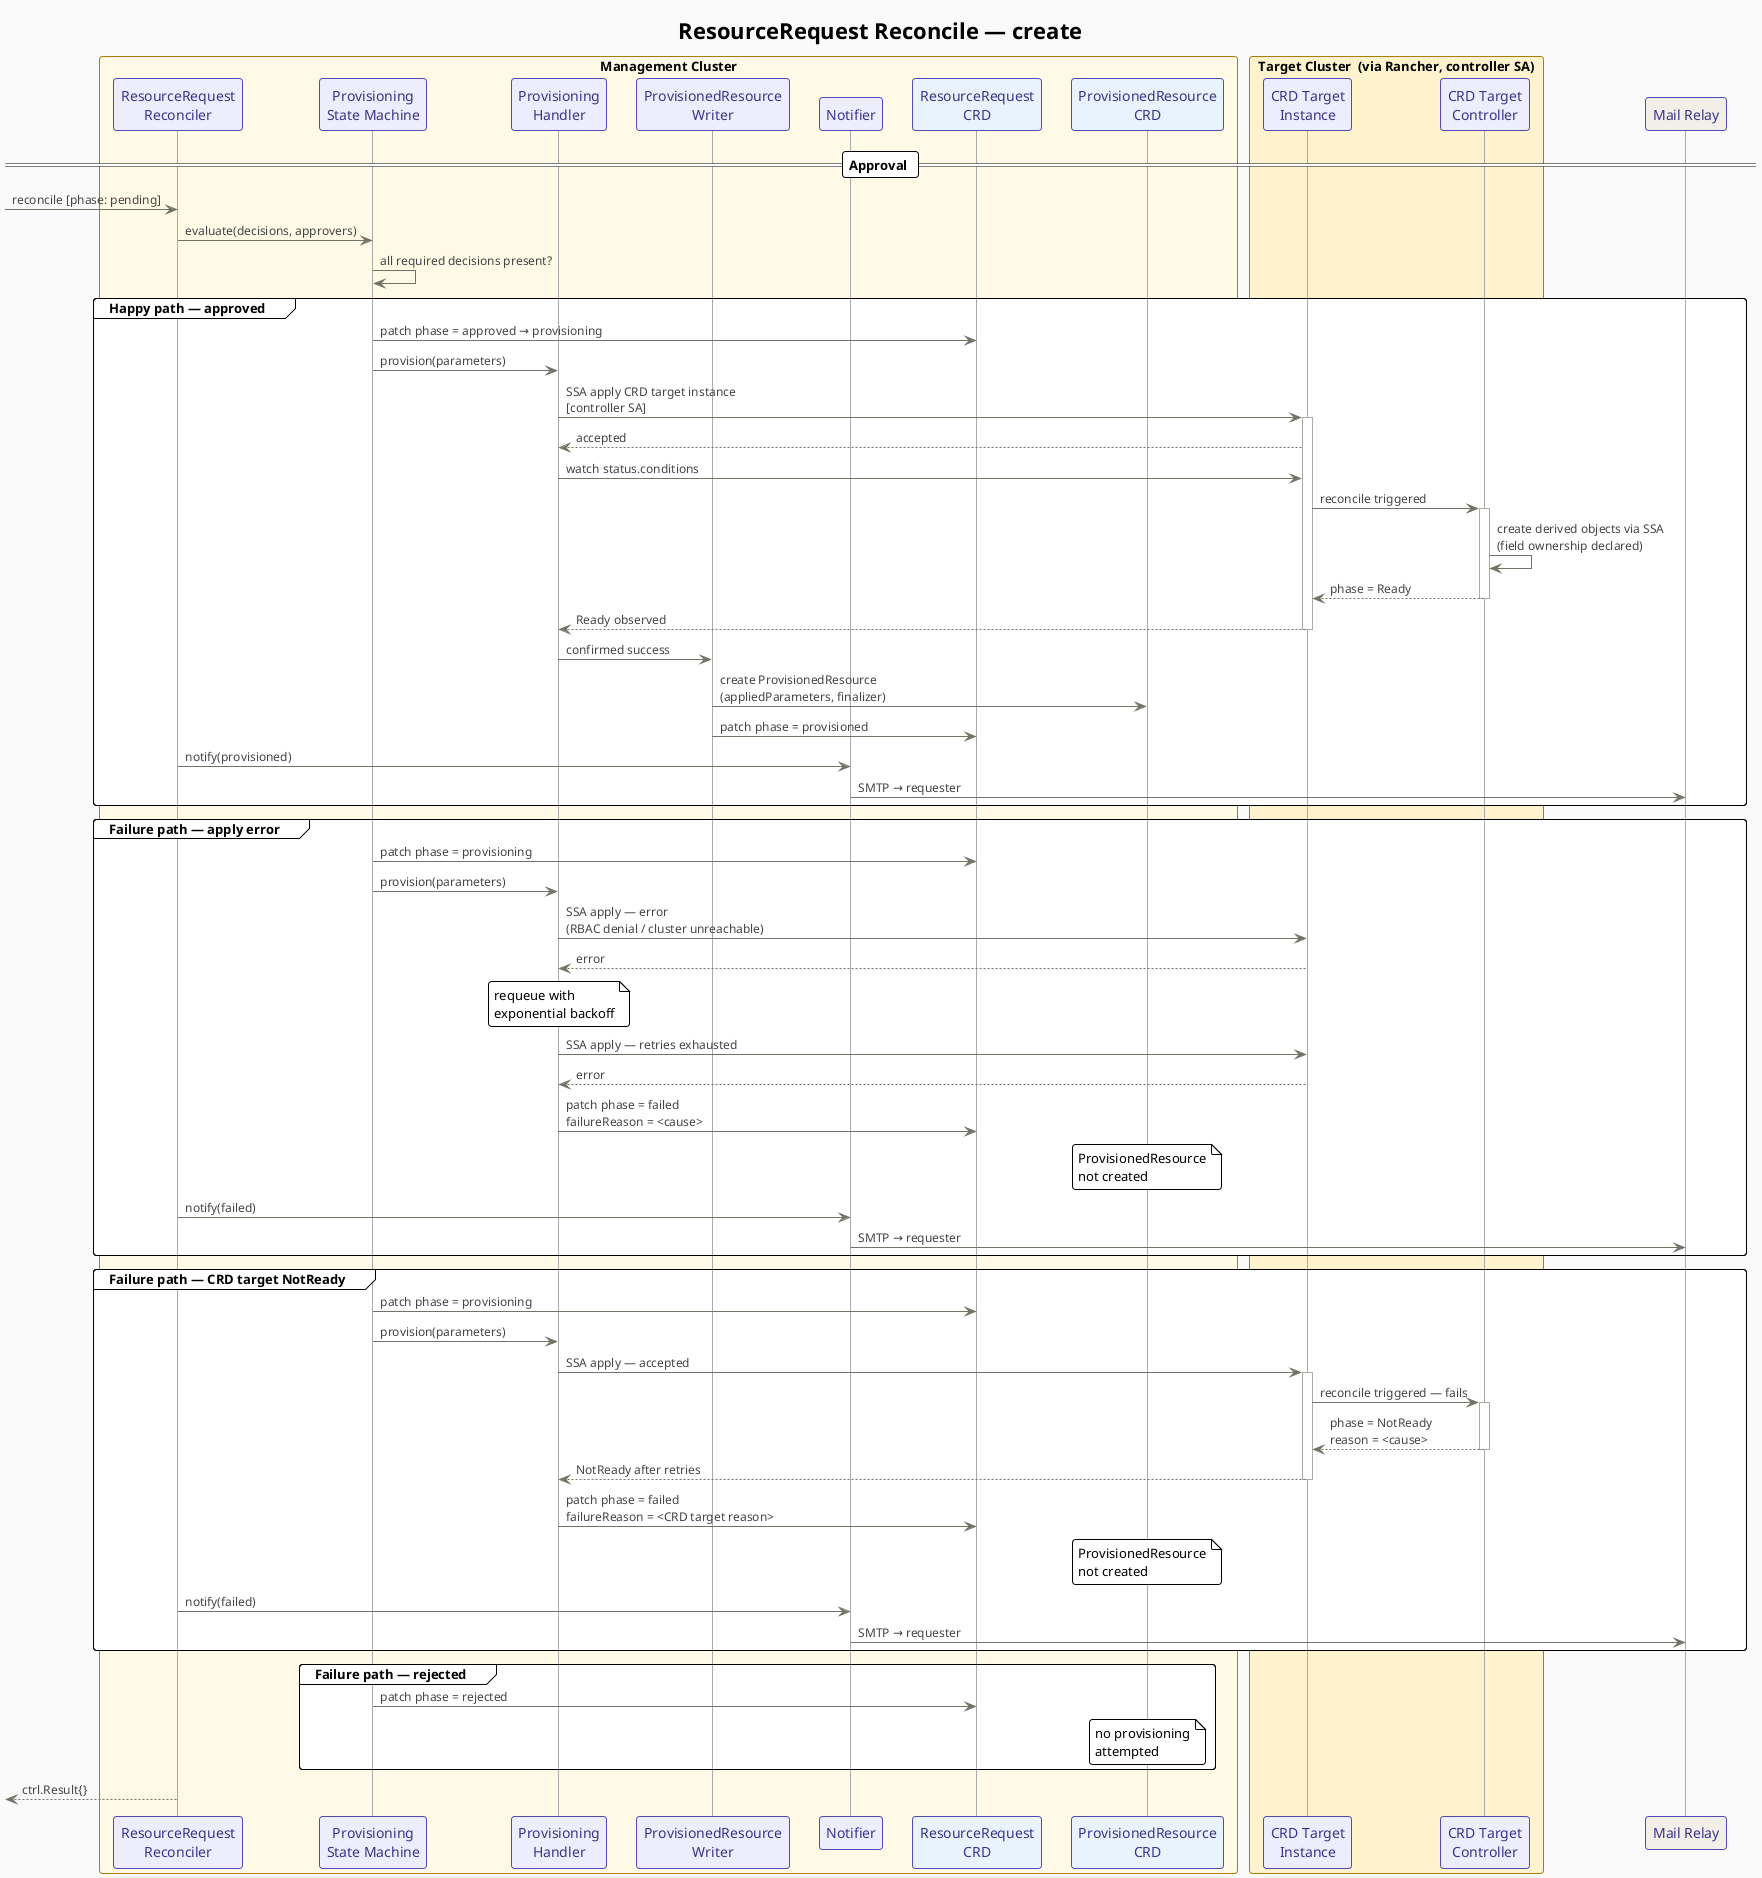
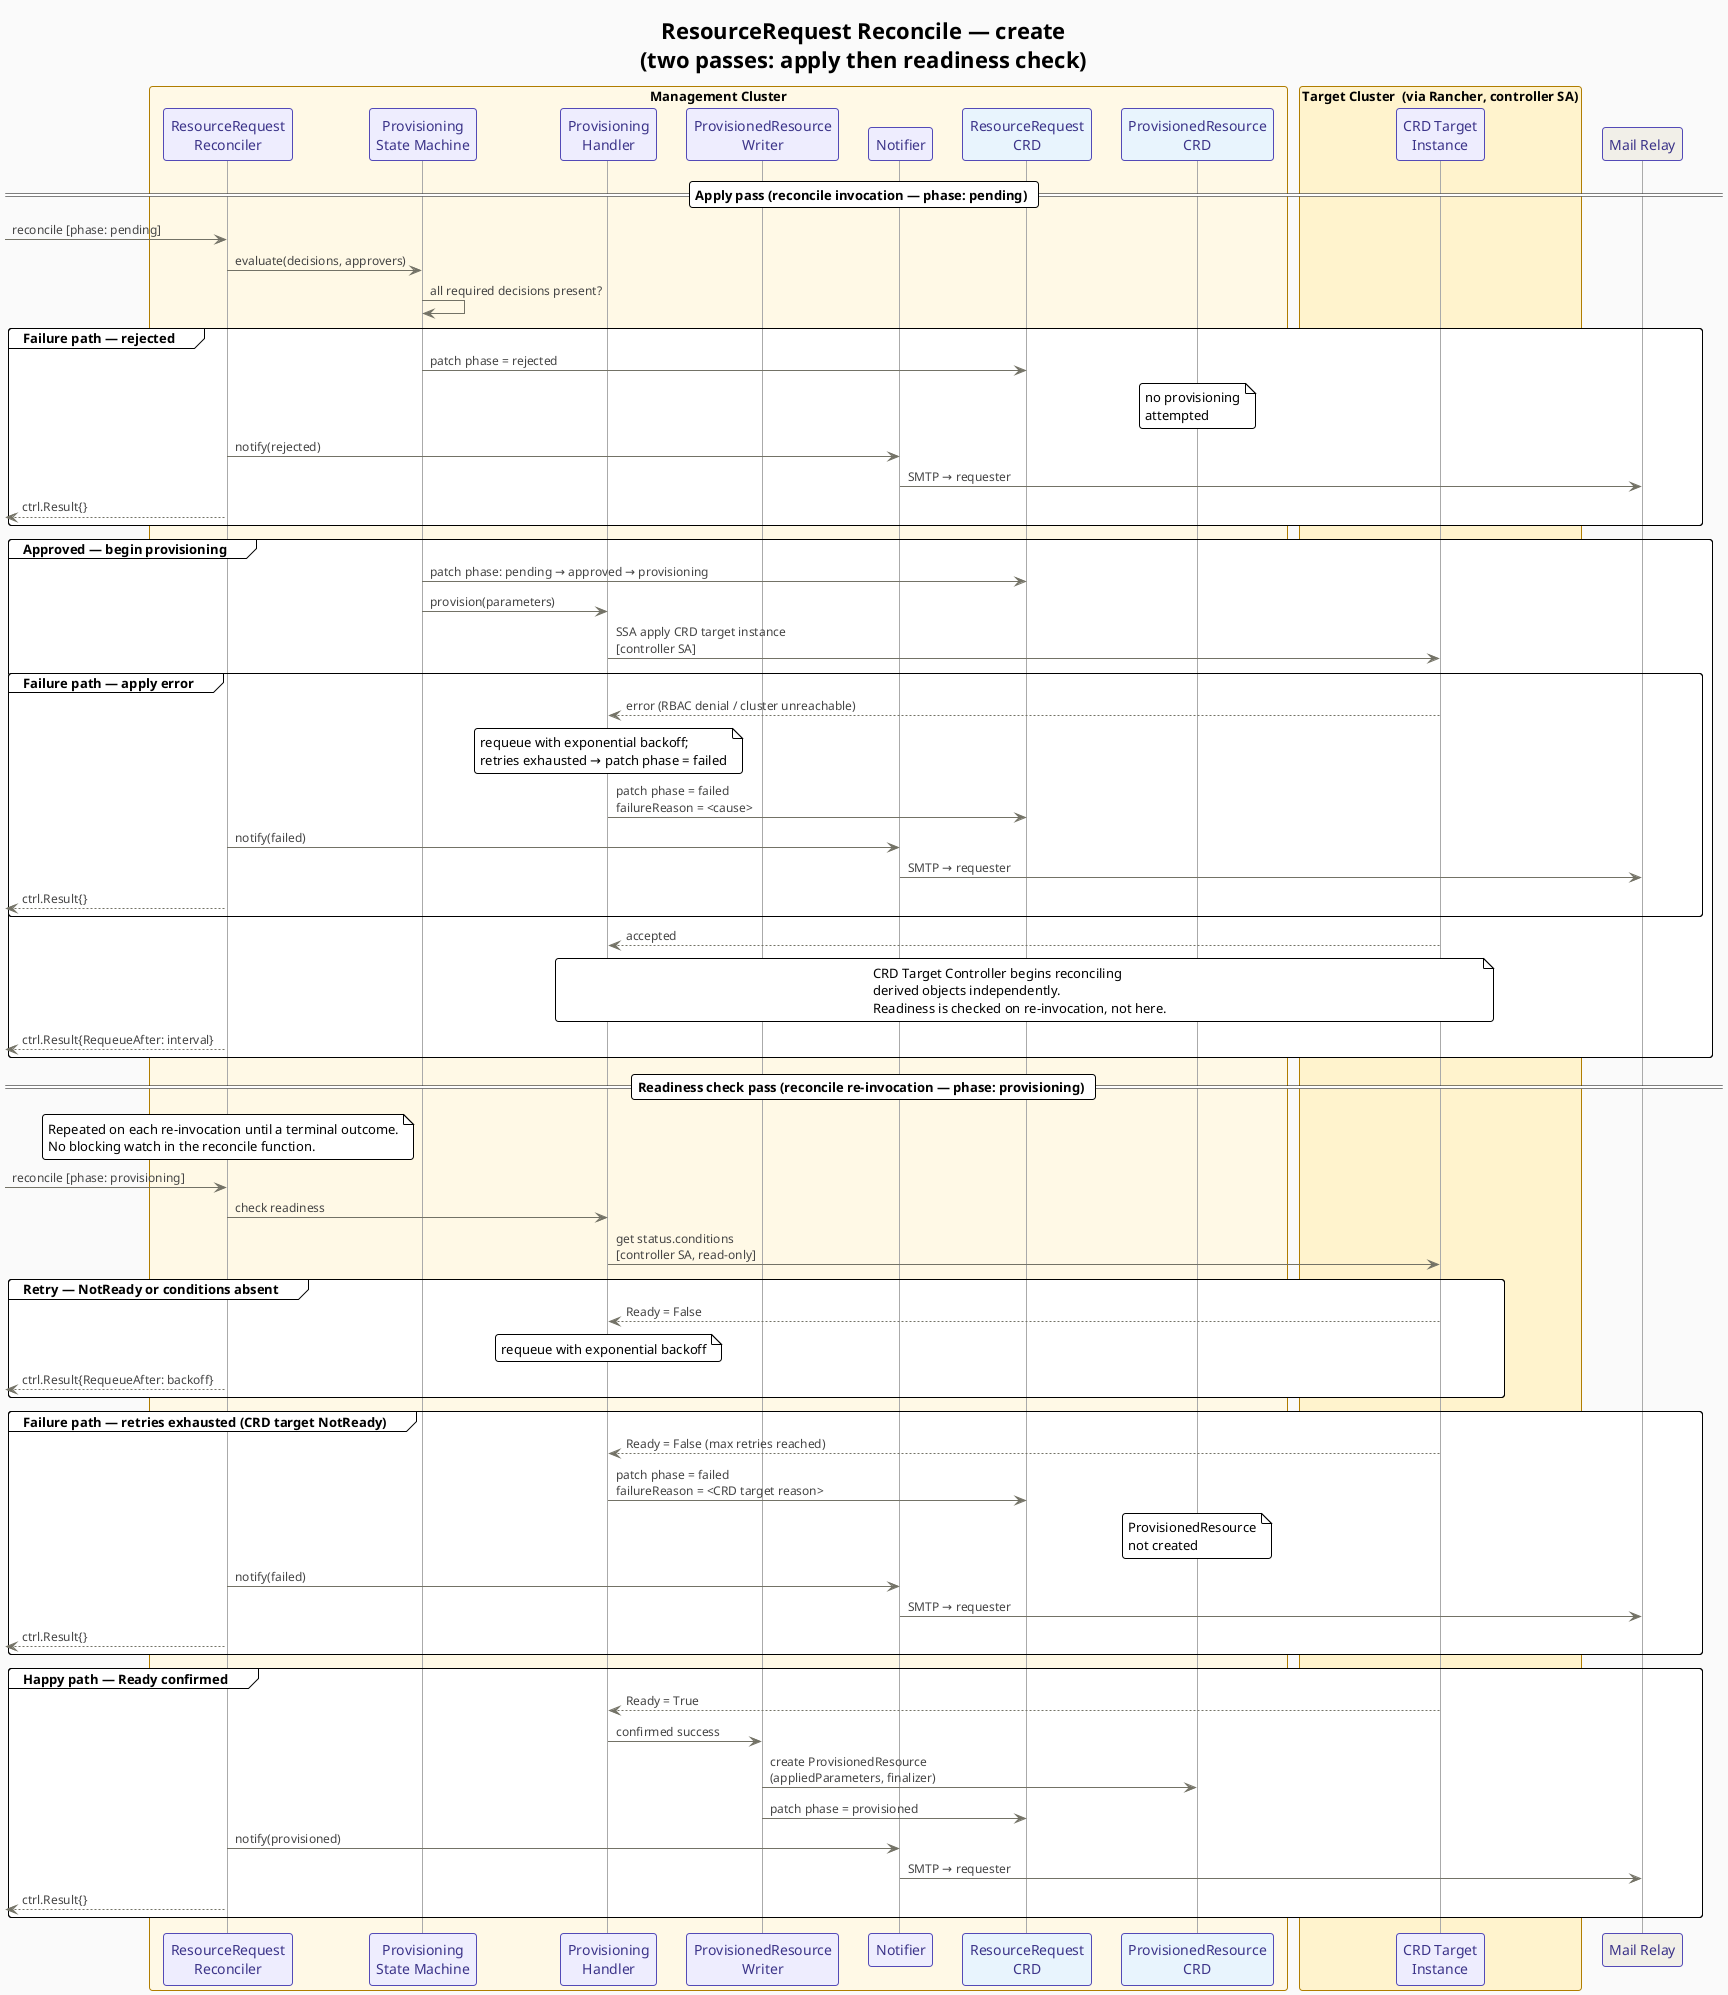
@startuml reconcile_create
!theme plain
skinparam backgroundColor #FAFAFA
skinparam sequence {
    ArrowColor #737266
    ArrowFontColor #444444
    ArrowFontSize 12
    LifeLineBorderColor #AAAAAA
    ParticipantBorderColor #534AB7
    ParticipantBackgroundColor #EEEDFE
    ParticipantFontColor #3C3489
    BoxBorderColor #B07D00
    BoxBackgroundColor #FFF9E6
    NoteBackgroundColor #F5F5FF
    NoteBorderColor #9B94E0
}
skinparam roundcorner 6

- title ResourceRequest Reconcile — create
+ title ResourceRequest Reconcile — create\n(two passes: apply then readiness check)

box "Management Cluster" #FFF9E6
    participant "ResourceRequest\nReconciler" as REC
    participant "Provisioning\nState Machine" as SM
    participant "Provisioning\nHandler" as PH
    participant "ProvisionedResource\nWriter" as PRW
    participant "Notifier" as NOT
    participant "ResourceRequest\nCRD" as RRCRD #E8F4FD
    participant "ProvisionedResource\nCRD" as PRCRD #E8F4FD
end box

box "Target Cluster  (via Rancher, controller SA)" #FFF3CD
    participant "CRD Target\nInstance" as CTI
-     participant "CRD Target\nController" as CTC
end box

participant "Mail Relay" as MAIL #F1EFE8

- == Approval ==
+ == Apply pass (reconcile invocation — phase: pending) ==

[-> REC    : reconcile [phase: pending]
REC -> SM  : evaluate(decisions, approvers)
SM  -> SM  : all required decisions present?

- group Happy path — approved
-     SM  -> RRCRD : patch phase = approved → provisioning
+ group Failure path — rejected
+     SM  -> RRCRD : patch phase = rejected
+     note over PRCRD : no provisioning\nattempted
+     REC -> NOT   : notify(rejected)
+     NOT -> MAIL  : SMTP → requester
+     [<-- REC : ctrl.Result{}
+ end
+ 
+ group Approved — begin provisioning
+     SM  -> RRCRD : patch phase: pending → approved → provisioning
    SM  -> PH    : provision(parameters)

    PH  -> CTI   : SSA apply CRD target instance\n[controller SA]
-     activate CTI
+ 
+     group Failure path — apply error
+         CTI --> PH : error (RBAC denial / cluster unreachable)
+         note over PH : requeue with exponential backoff;\nretries exhausted → patch phase = failed
+         PH  -> RRCRD : patch phase = failed\nfailureReason = <cause>
+         REC -> NOT  : notify(failed)
+         NOT -> MAIL : SMTP → requester
+         [<-- REC : ctrl.Result{}
+     end
+ 
    CTI --> PH   : accepted
+     note over PH, CTI : CRD Target Controller begins reconciling\nderived objects independently.\nReadiness is checked on re-invocation, not here.
+     [<-- REC : ctrl.Result{RequeueAfter: interval}
+ end

-     PH  -> CTI   : watch status.conditions
-     CTI -> CTC   : reconcile triggered
-     activate CTC
-     CTC -> CTC   : create derived objects via SSA\n(field ownership declared)
-     CTC --> CTI  : phase = Ready
-     deactivate CTC
-     CTI --> PH   : Ready observed
-     deactivate CTI
+ == Readiness check pass (reconcile re-invocation — phase: provisioning) ==
+ note over REC : Repeated on each re-invocation until a terminal outcome.\nNo blocking watch in the reconcile function.

-     PH  -> PRW   : confirmed success
+ [-> REC : reconcile [phase: provisioning]
+ REC -> PH : check readiness
+ PH  -> CTI : get status.conditions\n[controller SA, read-only]
+ 
+ group Retry — NotReady or conditions absent
+     CTI --> PH : Ready = False
+     note over PH : requeue with exponential backoff
+     [<-- REC : ctrl.Result{RequeueAfter: backoff}
+ end
+ 
+ group Failure path — retries exhausted (CRD target NotReady)
+     CTI --> PH : Ready = False (max retries reached)
+     PH  -> RRCRD : patch phase = failed\nfailureReason = <CRD target reason>
+     note over PRCRD : ProvisionedResource\nnot created
+     REC -> NOT  : notify(failed)
+     NOT -> MAIL : SMTP → requester
+     [<-- REC : ctrl.Result{}
+ end
+ 
+ group Happy path — Ready confirmed
+     CTI --> PH  : Ready = True
+     PH  -> PRW  : confirmed success
    PRW -> PRCRD : create ProvisionedResource\n(appliedParameters, finalizer)
    PRW -> RRCRD : patch phase = provisioned
- 
-     REC -> NOT   : notify(provisioned)
-     NOT -> MAIL  : SMTP → requester
+     REC -> NOT  : notify(provisioned)
+     NOT -> MAIL : SMTP → requester
+     [<-- REC : ctrl.Result{}
end

- group Failure path — apply error
-     SM  -> RRCRD : patch phase = provisioning
-     SM  -> PH    : provision(parameters)
- 
-     PH  -> CTI   : SSA apply — error\n(RBAC denial / cluster unreachable)
-     CTI --> PH   : error
- 
-     note over PH : requeue with\nexponential backoff
- 
-     PH  -> CTI   : SSA apply — retries exhausted
-     CTI --> PH   : error
- 
-     PH  -> RRCRD : patch phase = failed\nfailureReason = <cause>
- 
-     note over PRCRD : ProvisionedResource\nnot created
- 
-     REC -> NOT   : notify(failed)
-     NOT -> MAIL  : SMTP → requester
- end
- 
- group Failure path — CRD target NotReady
-     SM  -> RRCRD : patch phase = provisioning
-     SM  -> PH    : provision(parameters)
- 
-     PH  -> CTI   : SSA apply — accepted
-     activate CTI
-     CTI -> CTC   : reconcile triggered — fails
-     activate CTC
-     CTC --> CTI  : phase = NotReady\nreason = <cause>
-     deactivate CTC
-     CTI --> PH   : NotReady after retries
-     deactivate CTI
- 
-     PH  -> RRCRD : patch phase = failed\nfailureReason = <CRD target reason>
- 
-     note over PRCRD : ProvisionedResource\nnot created
- 
-     REC -> NOT   : notify(failed)
-     NOT -> MAIL  : SMTP → requester
- end
- 
- group Failure path — rejected
-     SM  -> RRCRD : patch phase = rejected
-     note over PRCRD : no provisioning\nattempted
- end
- 
- [<-- REC : ctrl.Result{}
- 
@enduml
